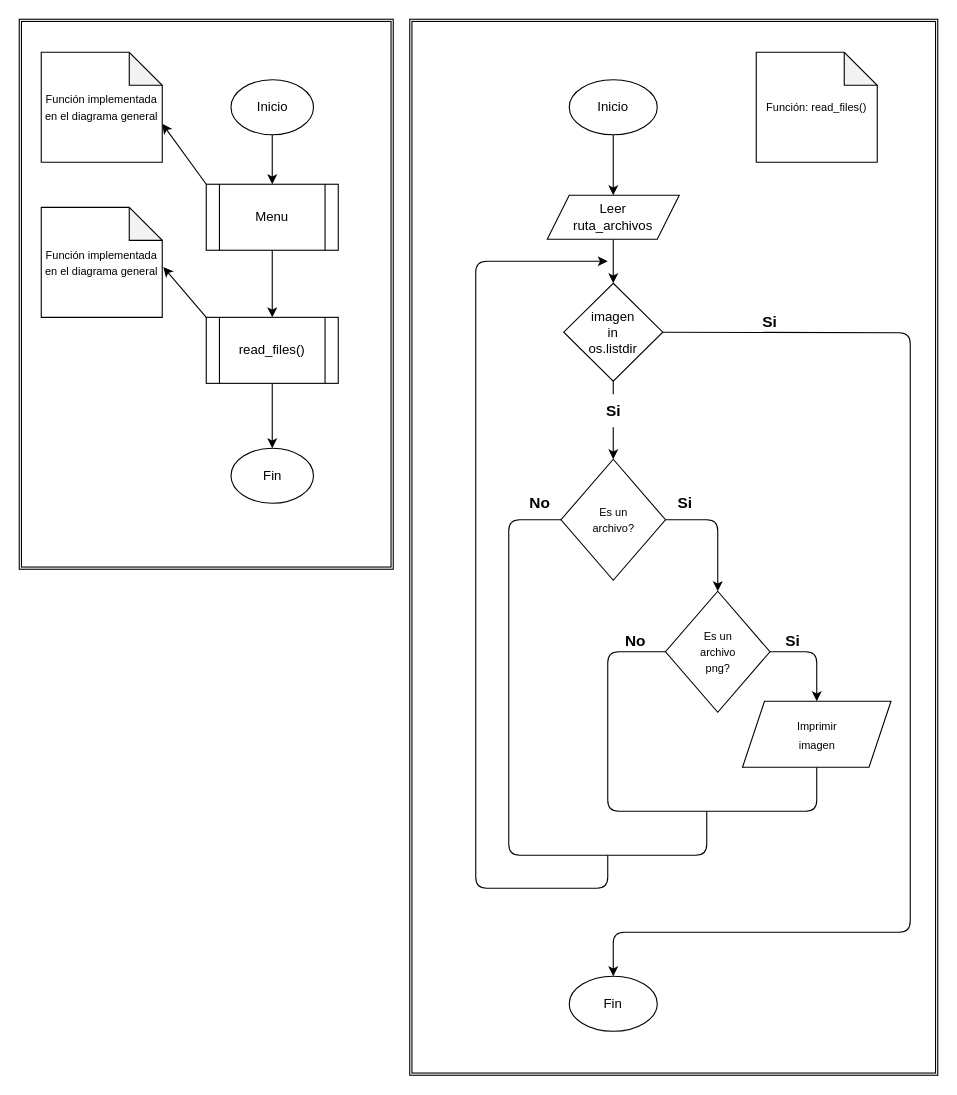
Before: Diagrams/read_files.drawio in rrojasj/ImgWatermark, a draw.io diagram. Source tidied: cells renumbered, new cells numbered last; positions are measured from the earlier drawing's top-left corner, leaving out a move shared by most shapes. Both pictures are drawn from the tidied source at 110%, with x=0, y=0 at pixel (19, 19).
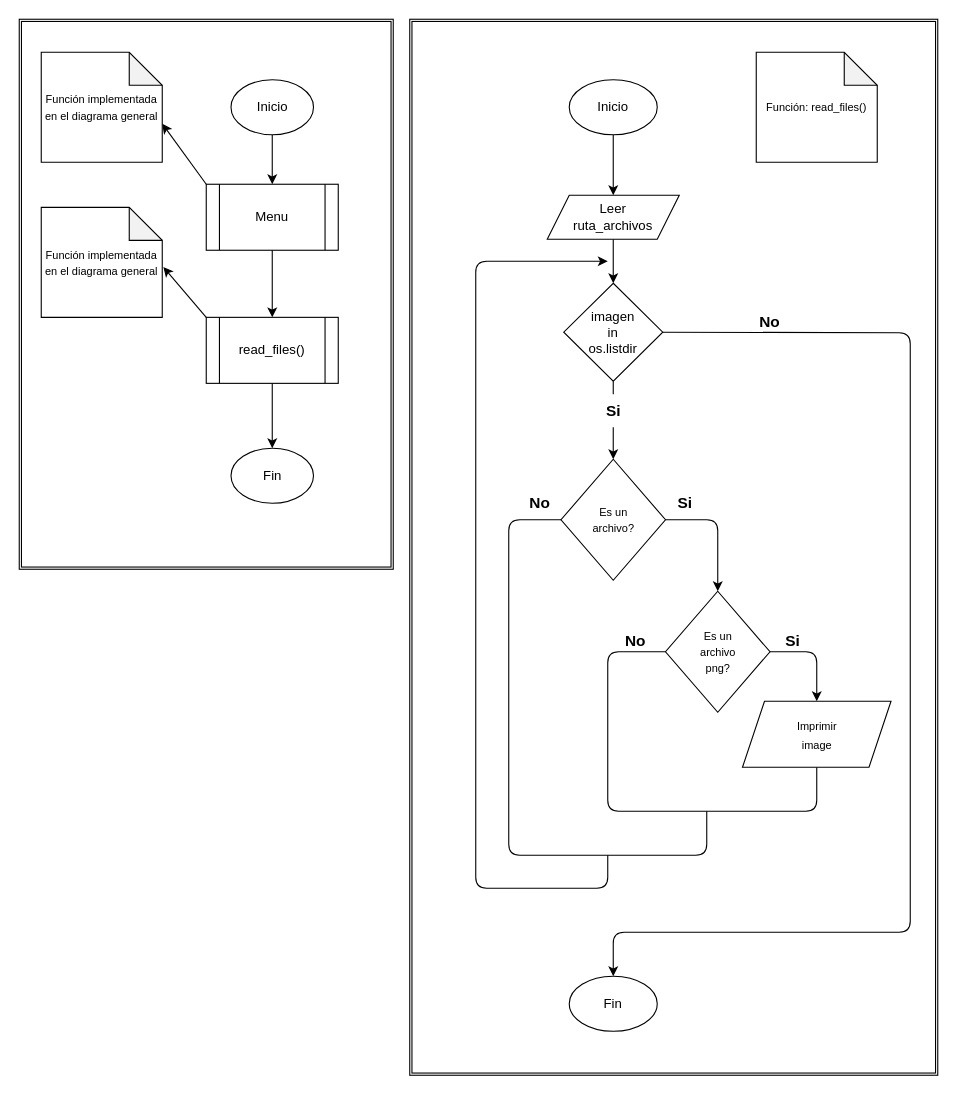
Above is the later version.

Diff of the diagram source:
```diff
@@
-    <mxCell id="32" value="&lt;font style=&quot;font-size: 10px;&quot;&gt;Imprimir&lt;br&gt;imagen&lt;br&gt;&lt;/font&gt;" style="shape=parallelogram;perimeter=parallelogramPerimeter;whiteSpace=wrap;html=1;fixedSize=1;fontSize=14;" parent="1" vertex="1">
+    <mxCell id="32" value="&lt;font style=&quot;font-size: 10px;&quot;&gt;Imprimir&lt;br&gt;image&lt;br&gt;&lt;/font&gt;" style="shape=parallelogram;perimeter=parallelogramPerimeter;whiteSpace=wrap;html=1;fixedSize=1;fontSize=14;" parent="1" vertex="1">
       <mxGeometry x="657.5" y="620" width="135" height="60" as="geometry" />
     </mxCell>
@@
-    <mxCell id="38" value="&lt;b&gt;&lt;font style=&quot;font-size: 14px;&quot;&gt;Si&lt;/font&gt;&lt;/b&gt;" style="text;html=1;align=center;verticalAlign=middle;strokeColor=none;fillColor=none;fontSize=10;" parent="1" vertex="1">
+    <mxCell id="38" value="&lt;b&gt;&lt;font style=&quot;font-size: 14px;&quot;&gt;No&lt;/font&gt;&lt;/b&gt;" style="text;html=1;align=center;verticalAlign=middle;strokeColor=none;fillColor=none;fontSize=10;" parent="1" vertex="1">
       <mxGeometry x="662" y="260" width="40" height="30" as="geometry" />
     </mxCell>
```
